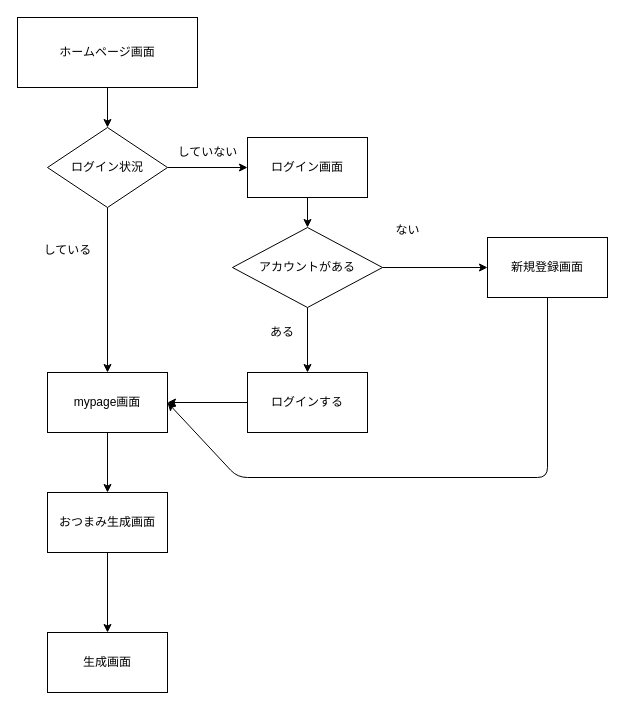
This is drawIo/main.drawio from sh1ro06293/otumamichou, a draw.io file, before an edit. Source tidied: cells renumbered, new cells numbered last; positions are measured from the earlier drawing's top-left corner, leaving out a move shared by most shapes. Both pictures are drawn from the tidied source at 100%, with x=0, y=0 at pixel (17, 17).
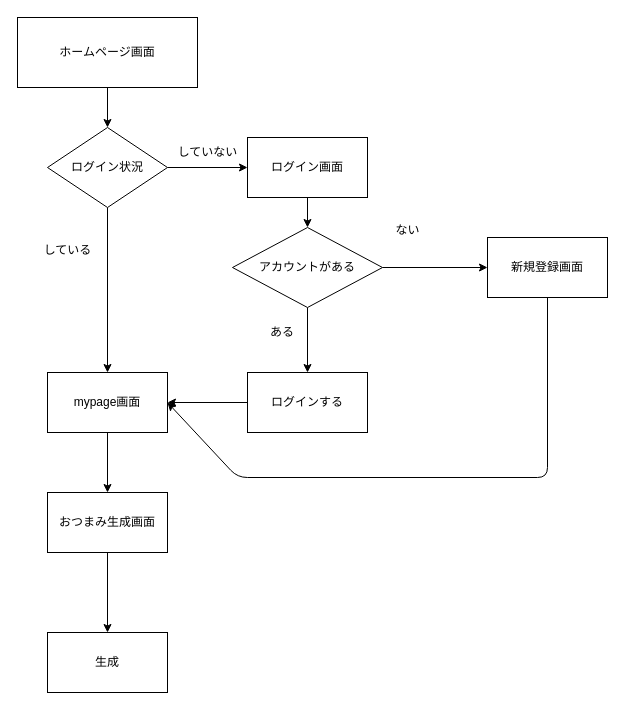
Above is the later version.

Commit message:
fix: drawIoファイルのスタイル修正

Change to the diagram source:
```diff
@@
-    <mxCell id="24" value="生成画面" style="whiteSpace=wrap;html=1;rounded=0;" parent="1" vertex="1">
+    <mxCell id="24" value="生成" style="whiteSpace=wrap;html=1;rounded=0;" parent="1" vertex="1">
       <mxGeometry x="30" y="615" width="120" height="60" as="geometry" />
     </mxCell>
```
